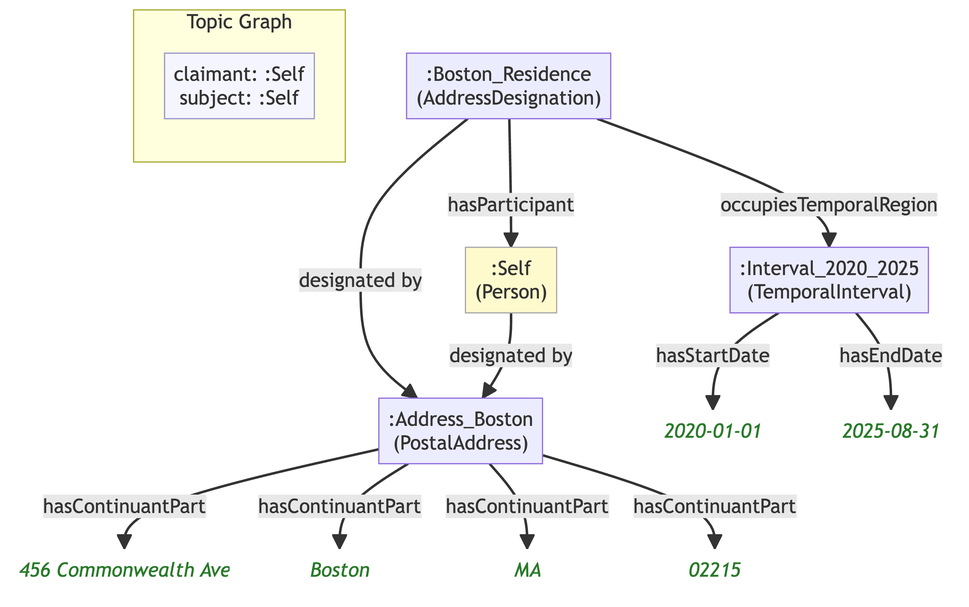
Earlier version of the Mermaid export example/graphs/images/graph-13.png (MeeFoundation/mia-ontologies). Its source is kept beside it as example/graphs/images/graph-13.mmd.
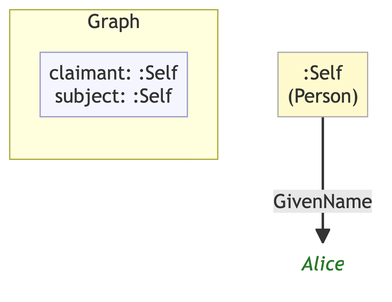
Later version of the same file.

The edit, as a diff of the source:
```diff
@@ -1,33 +1,15 @@
 flowchart TD
     classDef person fill:#fffacd,stroke:#aaa,color:#333
-    classDef grp    fill:#d4edda,stroke:#aaa,color:#333
     classDef org    fill:#cce5ff,stroke:#aaa,color:#333
     classDef lit    fill:none,stroke:none,font-style:italic,color:#2a7a2a
     classDef meta   fill:#f5f5ff,stroke:#9999cc,color:#333
 
-    subgraph ctx["Topic Graph"]
+    subgraph ctx["Graph"]
         direction LR
         ctx_meta["claimant: :Self\nsubject: :Self"]:::meta
     end
 
-    nc67f0317dd3d[":Address_Boston\n(PostalAddress)"]
-    nf0a1c84f6cd1("456 Commonwealth Ave"):::lit
-    n9f0d560f6acd("Boston"):::lit
-    n6948bf26ac59("MA"):::lit
-    n8558f0e7541f("02215"):::lit
-    n596b411b2d6f[":Boston_Residence\n(AddressDesignation)"]
     ne0c3ba92f1db[":Self\n(Person)"]:::person
-    n712165170b98[":Interval_2020_2025\n(TemporalInterval)"]
-    n9dc9a14921d5("2020-01-01"):::lit
-    n6c16da9fd750("2025-08-31"):::lit
+    ne56fbcabd86f("Alice"):::lit
 
-    nc67f0317dd3d -->|"hasContinuantPart"| nf0a1c84f6cd1
-    nc67f0317dd3d -->|"hasContinuantPart"| n9f0d560f6acd
-    nc67f0317dd3d -->|"hasContinuantPart"| n6948bf26ac59
-    nc67f0317dd3d -->|"hasContinuantPart"| n8558f0e7541f
-    n596b411b2d6f -->|"hasParticipant"| ne0c3ba92f1db
-    n596b411b2d6f -->|"designated by"| nc67f0317dd3d
-    n596b411b2d6f -->|"occupiesTemporalRegion"| n712165170b98
-    n712165170b98 -->|"hasStartDate"| n9dc9a14921d5
-    n712165170b98 -->|"hasEndDate"| n6c16da9fd750
-    ne0c3ba92f1db -->|"designated by"| nc67f0317dd3d
+    ne0c3ba92f1db -->|"GivenName"| ne56fbcabd86f
```
